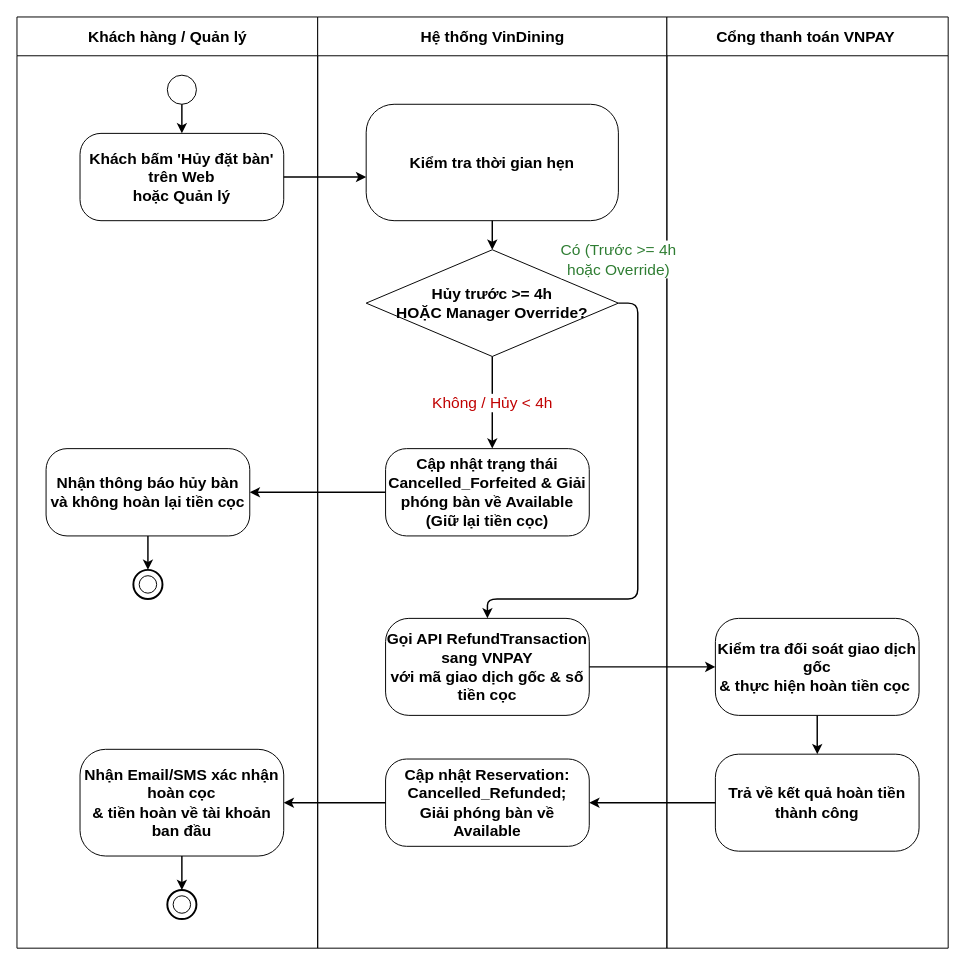
Earlier version of the draw.io diagram docs/phase1/drawio/ad05_cancellation_refund.drawio (AndrewQng/VinDining). Source tidied: cells renumbered, new cells numbered last; positions are measured from the earlier drawing's top-left corner, leaving out a move shared by most shapes. Both pictures are drawn from the tidied source at 97%, with x=0, y=0 at pixel (16, 16).
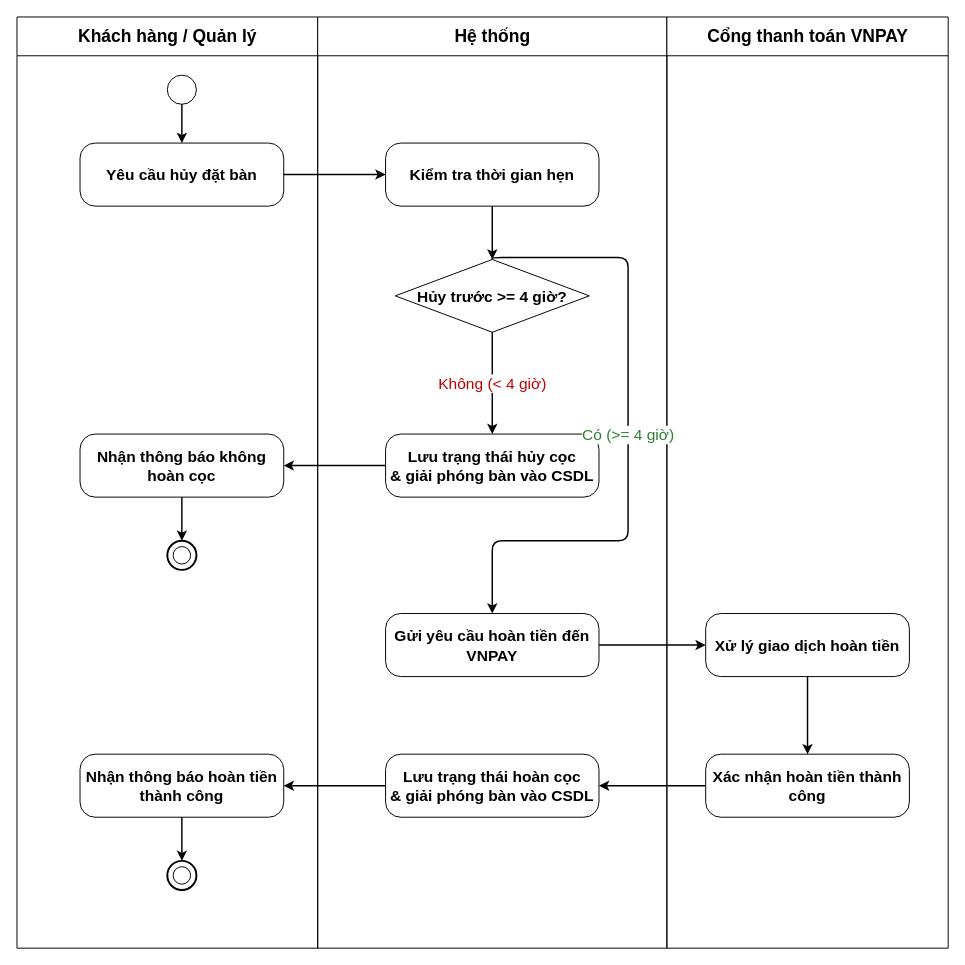
The same page after the edit.

Change to the diagram source:
```diff
@@
-    <mxCell id="2" value="Khách hàng / Quản lý" style="swimlane;html=1;startSize=40;horizontal=1;fontStyle=1;fontSize=16;align=center;verticalAlign=middle;swimlaneLine=1;" parent="1" vertex="1">
+    <mxCell id="2" value="Khách hàng / Quản lý" style="swimlane;html=1;startSize=40;horizontal=1;fontStyle=1;fontSize=18;align=center;verticalAlign=middle;swimlaneLine=1;" parent="1" vertex="1">
       <mxGeometry width="310" height="960" as="geometry" />
     </mxCell>
-    <mxCell id="3" style="ellipse;whiteSpace=wrap;html=1;fontSize=16;" parent="2" vertex="1">
+    <mxCell id="3" style="ellipse;whiteSpace=wrap;html=1;fontSize=18;" parent="2" vertex="1">
       <mxGeometry x="155" y="60" width="30" height="30" as="geometry" />
     </mxCell>
-    <mxCell id="4" value="Khách bấm 'Hủy đặt bàn' trên Web&lt;br&gt;hoặc Quản lý" style="rounded=1;arcSize=24;whiteSpace=wrap;html=1;fontStyle=1;fontSize=16;align=center;verticalAlign=middle;" parent="2" vertex="1">
-      <mxGeometry x="65" y="120" width="210" height="90" as="geometry" />
+    <mxCell id="4" value="Yêu cầu hủy đặt bàn" style="rounded=1;arcSize=24;whiteSpace=wrap;html=1;fontStyle=1;fontSize=16;align=center;verticalAlign=middle;" parent="2" vertex="1">
+      <mxGeometry x="65" y="130" width="210" height="65" as="geometry" />
     </mxCell>
+    <mxCell id="12" value="Nhận thông báo không hoàn cọc" style="rounded=1;arcSize=24;whiteSpace=wrap;html=1;fontStyle=1;fontSize=16;align=center;verticalAlign=middle;" parent="2" vertex="1">
+      <mxGeometry x="65" y="430" width="210" height="65" as="geometry" />
+    </mxCell>
+    <mxCell id="13" style="ellipse;whiteSpace=wrap;html=1;strokeWidth=2;fontSize=18;" parent="2" vertex="1">
+      <mxGeometry x="155" y="540" width="30" height="30" as="geometry" />
+    </mxCell>
+    <mxCell id="14" style="ellipse;whiteSpace=wrap;html=1;fontSize=18;" parent="2" vertex="1">
+      <mxGeometry x="161" y="546" width="18" height="18" as="geometry" />
+    </mxCell>
-    <mxCell id="5" value="Nhận Email/SMS xác nhận hoàn cọc&lt;br&gt;&amp;amp; tiền hoàn về tài khoản ban đầu" style="rounded=1;arcSize=24;whiteSpace=wrap;html=1;fontStyle=1;fontSize=16;align=center;verticalAlign=middle;" parent="2" vertex="1">
-      <mxGeometry x="65" y="755" width="210" height="110" as="geometry" />
+    <mxCell id="5" value="Nhận thông báo hoàn tiền thành công" style="rounded=1;arcSize=24;whiteSpace=wrap;html=1;fontStyle=1;fontSize=16;align=center;verticalAlign=middle;" parent="2" vertex="1">
+      <mxGeometry x="65" y="760" width="210" height="65" as="geometry" />
     </mxCell>
-    <mxCell id="6" style="ellipse;whiteSpace=wrap;html=1;strokeWidth=2;fontSize=16;" parent="2" vertex="1">
-      <mxGeometry x="155" y="900" width="30" height="30" as="geometry" />
+    <mxCell id="6" style="ellipse;whiteSpace=wrap;html=1;strokeWidth=2;fontSize=18;" parent="2" vertex="1">
+      <mxGeometry x="155" y="870" width="30" height="30" as="geometry" />
     </mxCell>
-    <mxCell id="7" style="ellipse;whiteSpace=wrap;html=1;fontSize=16;" parent="2" vertex="1">
-      <mxGeometry x="161" y="906" width="18" height="18" as="geometry" />
+    <mxCell id="7" style="ellipse;whiteSpace=wrap;html=1;fontSize=18;" parent="2" vertex="1">
+      <mxGeometry x="161" y="876" width="18" height="18" as="geometry" />
     </mxCell>
+    <mxCell id="20" style="edgeStyle=orthogonalEdgeStyle;rounded=0;strokeWidth=1.5;html=1;fontSize=16;" parent="2" edge="1" source="12" target="13">
+      <mxGeometry relative="1" as="geometry" />
+    </mxCell>
@@
-    <mxCell id="9" value="Hệ thống VinDining" style="swimlane;html=1;startSize=40;horizontal=1;fontStyle=1;fontSize=16;align=center;verticalAlign=middle;swimlaneLine=1;" parent="1" vertex="1">
+    <mxCell id="9" value="Hệ thống" style="swimlane;html=1;startSize=40;horizontal=1;fontStyle=1;fontSize=18;align=center;verticalAlign=middle;swimlaneLine=1;" parent="1" vertex="1">
       <mxGeometry x="310" width="360" height="960" as="geometry" />
     </mxCell>
     <mxCell id="10" value="Kiểm tra thời gian hẹn" style="rounded=1;arcSize=24;whiteSpace=wrap;html=1;fontStyle=1;fontSize=16;align=center;verticalAlign=middle;" parent="9" vertex="1">
-      <mxGeometry x="50" y="90" width="260" height="120" as="geometry" />
+      <mxGeometry x="70" y="130" width="220" height="65" as="geometry" />
     </mxCell>
-    <mxCell id="11" value="Hủy trước &amp;gt;= 4h&lt;br&gt;HOẶC Manager Override?" style="rhombus;whiteSpace=wrap;html=1;fontStyle=1;fontSize=16;align=center;verticalAlign=middle;" parent="9" vertex="1">
-      <mxGeometry x="50" y="240" width="260" height="110" as="geometry" />
+    <mxCell id="11" value="Hủy trước &amp;gt;= 4 giờ?" style="rhombus;whiteSpace=wrap;html=1;fontStyle=1;fontSize=16;align=center;verticalAlign=middle;" parent="9" vertex="1">
+      <mxGeometry x="80" y="250" width="200" height="75" as="geometry" />
     </mxCell>
-    <mxCell id="12" value="Nhận thông báo hủy bàn và không hoàn lại tiền cọc" style="rounded=1;arcSize=24;whiteSpace=wrap;html=1;fontStyle=1;fontSize=16;align=center;verticalAlign=middle;" parent="9" vertex="1">
-      <mxGeometry x="-280" y="445" width="210" height="90" as="geometry" />
-    </mxCell>
-    <mxCell id="13" style="ellipse;whiteSpace=wrap;html=1;strokeWidth=2;fontSize=16;" parent="9" vertex="1">
-      <mxGeometry x="-190" y="570" width="30" height="30" as="geometry" />
-    </mxCell>
-    <mxCell id="14" style="ellipse;whiteSpace=wrap;html=1;fontSize=16;" parent="9" vertex="1">
-      <mxGeometry x="-184" y="576" width="18" height="18" as="geometry" />
-    </mxCell>
-    <mxCell id="15" value="Cập nhật trạng thái Cancelled_Forfeited &amp;amp; Giải phóng bàn về Available (Giữ lại tiền cọc)" style="rounded=1;arcSize=24;whiteSpace=wrap;html=1;fontStyle=1;fontSize=16;align=center;verticalAlign=middle;" parent="9" vertex="1">
-      <mxGeometry x="70" y="445" width="210" height="90" as="geometry" />
+    <mxCell id="15" value="Lưu trạng thái hủy cọc&#10;&amp;amp; giải phóng bàn vào CSDL" style="rounded=1;arcSize=24;whiteSpace=wrap;html=1;fontStyle=1;fontSize=16;align=center;verticalAlign=middle;" parent="9" vertex="1">
+      <mxGeometry x="70" y="430" width="220" height="65" as="geometry" />
     </mxCell>
-    <mxCell id="16" value="Gọi API RefundTransaction sang VNPAY&#10;với mã giao dịch gốc &amp;amp; số tiền cọc" style="rounded=1;arcSize=24;whiteSpace=wrap;html=1;fontStyle=1;fontSize=16;align=center;verticalAlign=middle;" parent="9" vertex="1">
-      <mxGeometry x="70" y="620" width="210" height="100" as="geometry" />
+    <mxCell id="16" value="Gửi yêu cầu hoàn tiền đến VNPAY" style="rounded=1;arcSize=24;whiteSpace=wrap;html=1;fontStyle=1;fontSize=16;align=center;verticalAlign=middle;" parent="9" vertex="1">
+      <mxGeometry x="70" y="615" width="220" height="65" as="geometry" />
     </mxCell>
-    <mxCell id="17" value="Cập nhật Reservation: Cancelled_Refunded;&lt;br&gt;Giải phóng bàn về Available" style="rounded=1;arcSize=24;whiteSpace=wrap;html=1;fontStyle=1;fontSize=16;align=center;verticalAlign=middle;" parent="9" vertex="1">
-      <mxGeometry x="70" y="765" width="210" height="90" as="geometry" />
+    <mxCell id="17" value="Lưu trạng thái hoàn cọc&#10;&amp;amp; giải phóng bàn vào CSDL" style="rounded=1;arcSize=24;whiteSpace=wrap;html=1;fontStyle=1;fontSize=16;align=center;verticalAlign=middle;" parent="9" vertex="1">
+      <mxGeometry x="70" y="760" width="220" height="65" as="geometry" />
     </mxCell>
+    <mxCell id="19" style="edgeStyle=orthogonalEdgeStyle;rounded=0;strokeWidth=1.5;html=1;fontSize=16;" parent="1" edge="1" source="15" target="12">
+      <mxGeometry relative="1" as="geometry" />
+    </mxCell>
+    <mxCell id="22" value="Cổng thanh toán VNPAY" style="swimlane;html=1;startSize=40;horizontal=1;fontStyle=1;fontSize=18;align=center;verticalAlign=middle;swimlaneLine=1;" parent="1" vertex="1">
+      <mxGeometry x="670" width="290" height="960" as="geometry" />
+    </mxCell>
-    <mxCell id="18" value="Kiểm tra đối soát giao dịch gốc&lt;br&gt;&amp;amp; thực hiện hoàn tiền cọc&amp;nbsp;" style="rounded=1;arcSize=24;whiteSpace=wrap;html=1;fontStyle=1;fontSize=16;align=center;verticalAlign=middle;" parent="9" vertex="1">
-      <mxGeometry x="410" y="620" width="210" height="100" as="geometry" />
+    <mxCell id="18" value="Xử lý giao dịch hoàn tiền" style="rounded=1;arcSize=24;whiteSpace=wrap;html=1;fontStyle=1;fontSize=16;align=center;verticalAlign=middle;" parent="22" vertex="1">
+      <mxGeometry x="40" y="615" width="210" height="65" as="geometry" />
     </mxCell>
-    <mxCell id="19" style="edgeStyle=orthogonalEdgeStyle;rounded=0;strokeWidth=1.5;html=1;fontSize=16;" parent="9" edge="1" source="15" target="12">
-      <mxGeometry relative="1" as="geometry" />
-    </mxCell>
-    <mxCell id="20" style="edgeStyle=orthogonalEdgeStyle;rounded=0;strokeWidth=1.5;html=1;fontSize=16;" parent="9" edge="1" source="12" target="13">
-      <mxGeometry relative="1" as="geometry" />
-    </mxCell>
+    <mxCell id="23" value="Xác nhận hoàn tiền thành công" style="rounded=1;arcSize=24;whiteSpace=wrap;html=1;fontStyle=1;fontSize=16;align=center;verticalAlign=middle;" parent="22" vertex="1">
+      <mxGeometry x="40" y="760" width="210" height="65" as="geometry" />
+    </mxCell>
-    <mxCell id="21" style="edgeStyle=orthogonalEdgeStyle;rounded=0;strokeWidth=1.5;html=1;fontSize=16;" parent="9" edge="1" source="16" target="18">
+    <mxCell id="21" style="edgeStyle=orthogonalEdgeStyle;rounded=0;strokeWidth=1.5;html=1;fontSize=16;" parent="1" edge="1" source="16" target="18">
       <mxGeometry relative="1" as="geometry" />
     </mxCell>
-    <mxCell id="22" value="Cổng thanh toán VNPAY&amp;nbsp;" style="swimlane;html=1;startSize=40;horizontal=1;fontStyle=1;fontSize=16;align=center;verticalAlign=middle;swimlaneLine=1;" parent="1" vertex="1">
-      <mxGeometry x="670" width="290" height="960" as="geometry" />
-    </mxCell>
-    <mxCell id="23" value="Trả về kết quả hoàn tiền thành công" style="rounded=1;arcSize=24;whiteSpace=wrap;html=1;fontStyle=1;fontSize=16;align=center;verticalAlign=middle;" parent="22" vertex="1">
-      <mxGeometry x="50" y="760" width="210" height="100" as="geometry" />
-    </mxCell>
+    <mxCell id="29" style="edgeStyle=orthogonalEdgeStyle;rounded=0;strokeWidth=1.5;html=1;fontSize=16;" parent="22" edge="1" source="18" target="23">
+      <mxGeometry relative="1" as="geometry" />
+    </mxCell>
@@
     <mxCell id="25" style="edgeStyle=orthogonalEdgeStyle;rounded=0;strokeWidth=1.5;html=1;fontSize=16;" parent="1" edge="1" source="4" target="10">
-      <mxGeometry relative="1" as="geometry">
-        <Array as="points">
-          <mxPoint x="340" y="165" />
-          <mxPoint x="340" y="165" />
-        </Array>
-      </mxGeometry>
+      <mxGeometry relative="1" as="geometry" />
     </mxCell>
@@
-    <mxCell id="27" value="Không / Hủy &amp;lt; 4h" style="edgeStyle=orthogonalEdgeStyle;rounded=0;strokeWidth=1.5;html=1;fontColor=#c00000;labelBackgroundColor=#ffffff;fontSize=16;" parent="1" edge="1" source="11" target="15">
-      <mxGeometry relative="1" as="geometry">
-        <Array as="points">
-          <mxPoint x="490" y="440" />
-          <mxPoint x="490" y="440" />
-        </Array>
-      </mxGeometry>
+    <mxCell id="27" value="Không (&amp;lt; 4 giờ)" style="edgeStyle=orthogonalEdgeStyle;rounded=0;strokeWidth=1.5;html=1;fontColor=#c00000;fontSize=16;" parent="1" edge="1" source="11" target="15">
+      <mxGeometry relative="1" as="geometry" />
     </mxCell>
-    <mxCell id="28" value="Có (Trước &amp;gt;= 4h&#10;hoặc Override)" style="edgeStyle=orthogonalEdgeStyle;rounded=1;strokeWidth=1.5;html=1;fontColor=#2e7d32;labelBackgroundColor=#ffffff;exitX=1;exitY=0.5;entryX=0.5;entryY=0;fontSize=16;" parent="1" edge="1" source="11" target="16">
-      <mxGeometry x="-1" y="45" relative="1" as="geometry">
+    <mxCell id="28" value="Có (&amp;gt;= 4 giờ)" style="edgeStyle=orthogonalEdgeStyle;rounded=1;strokeWidth=1.5;html=1;fontColor=#2e7d32;fontSize=16;" parent="1" edge="1" source="11" target="16">
+      <mxGeometry relative="1" as="geometry">
         <Array as="points">
-          <mxPoint x="640" y="295" />
-          <mxPoint x="640" y="600.1" />
-          <mxPoint x="485" y="600.1" />
+          <mxPoint x="630" y="248" />
+          <mxPoint x="630" y="540" />
+          <mxPoint x="490" y="540" />
         </Array>
       </mxGeometry>
     </mxCell>
-    <mxCell id="29" style="edgeStyle=orthogonalEdgeStyle;rounded=0;strokeWidth=1.5;html=1;fontSize=16;" parent="1" edge="1" source="18" target="23">
-      <mxGeometry relative="1" as="geometry" />
-    </mxCell>
     <mxCell id="30" style="edgeStyle=orthogonalEdgeStyle;rounded=0;strokeWidth=1.5;html=1;fontSize=16;" parent="1" edge="1" source="23" target="17">
-      <mxGeometry relative="1" as="geometry">
-        <Array as="points">
-          <mxPoint x="825" y="790" />
-          <mxPoint x="485" y="790" />
-        </Array>
-      </mxGeometry>
+      <mxGeometry relative="1" as="geometry" />
     </mxCell>
```
